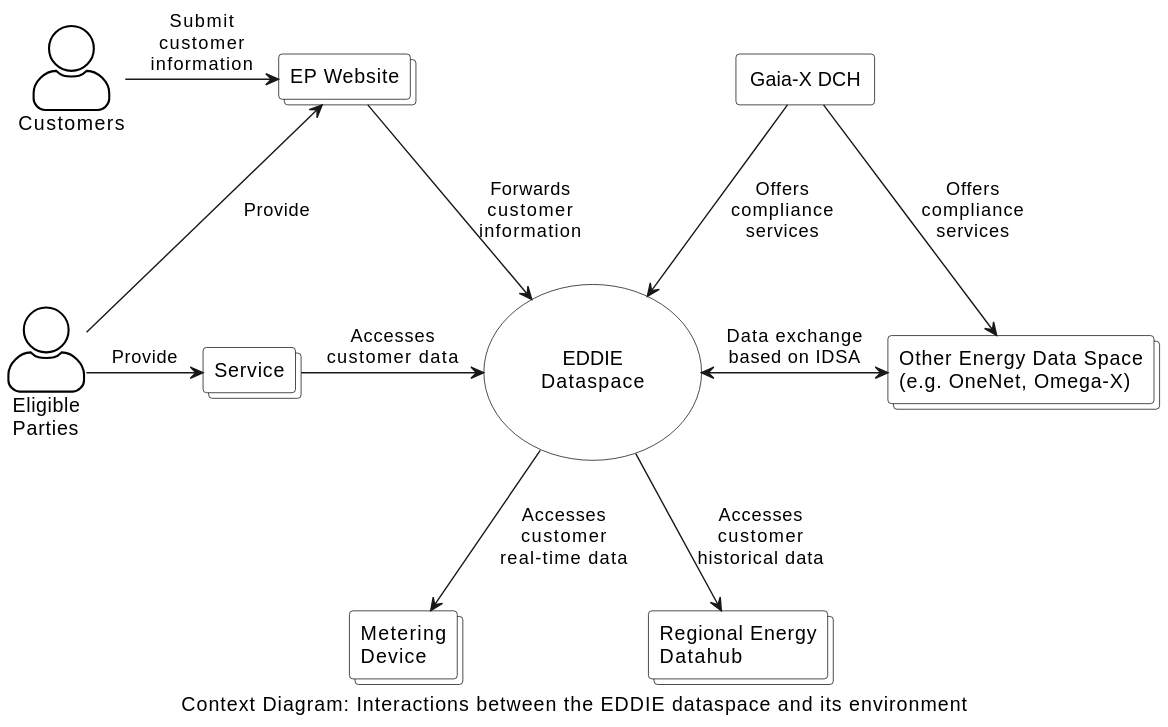
Before: arc42/system-scope-and-context/figures/context-diagram-dataspace.svg, a diagram exported from PlantUML (eddie-energy/architecture). Source of this version:
```plantuml
@startuml context-diagram-dataspace
caption Context Diagram: Interactions between the EDDIE dataspace and its environment

skinparam usecase {
  BorderColor black
  BackgroundColor transparent
}
skinparam rectangle {
  BorderColor black
  BackgroundColor transparent
}
skinparam collections {
  BorderColor black
  BackgroundColor white
}
skinparam actorStyle awesome
skinparam actor {
  BorderColor black
  BackgroundColor white
}

rectangle "Gaia-X DCH" as gaiaX
usecase "\n\nEDDIE\nDataspace\n\n" as eddie
collections "Metering\nDevice" as smartMeter
collections "Regional Energy\nDatahub" as regionalData
collections "EP Website" as website
collections "Service" as service
collections "Other Energy Data Space\n(e.g. OneNet, Omega-X)" as dataSpaces

actor "Eligible\nParties" as ep
actor "Customers" as customer

gaiaX -down-> eddie : Offers\ncompliance\nservices
gaiaX -down-> dataSpaces : Offers\ncompliance\nservices

eddie <-right-> dataSpaces : Data exchange\nbased on IDSA

service -right-> eddie : Accesses\ncustomer data
eddie -down-> regionalData : Accesses\ncustomer\nhistorical data
eddie -down-> smartMeter : Accesses\ncustomer\nreal-time data
website -right-> eddie : Forwards\ncustomer\ninformation
smartMeter -[hidden] regionalData : \t\t\t
website -[hidden] gaiaX : \t\t\t\t\t\t


ep -right-> service : Provide
ep -up-> website : Provide

customer -right-> website : Submit\ncustomer\ninformation

@enduml
```
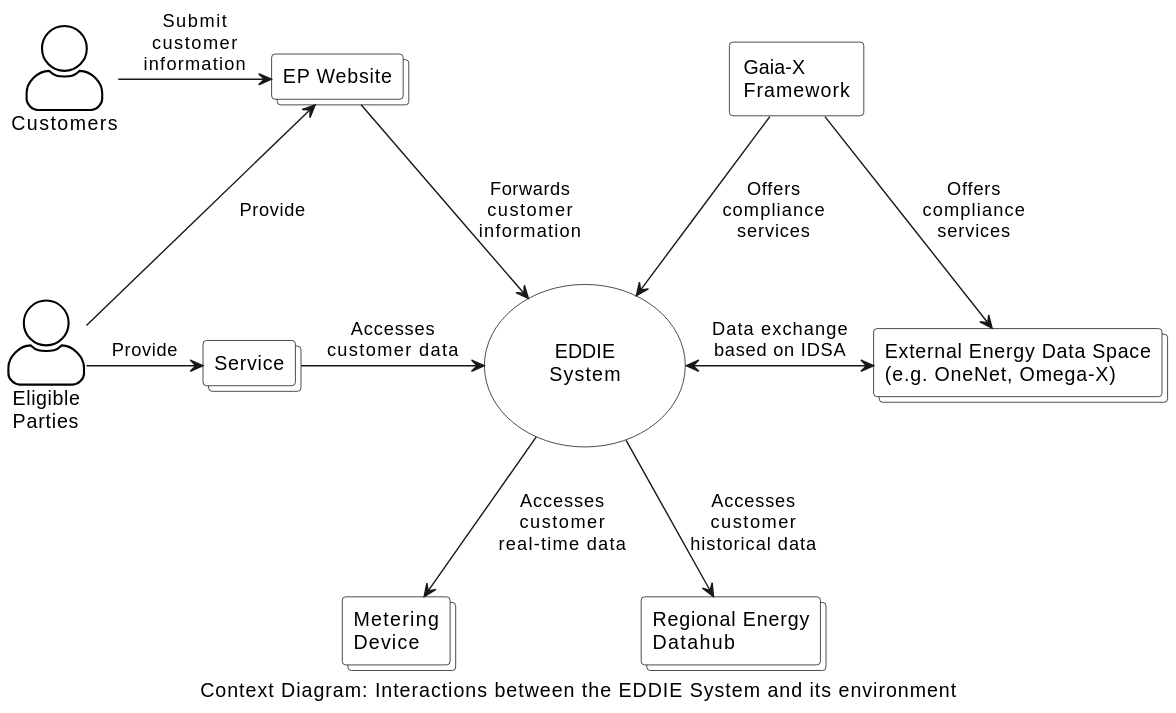
After the commit.

Commit message:
Update business context figure

Diff of the diagram source:
```diff
@@ -1,5 +1,5 @@
 @startuml context-diagram-dataspace
-caption Context Diagram: Interactions between the EDDIE dataspace and its environment
+caption Context Diagram: Interactions between the EDDIE System and its environment
 
 skinparam usecase {
   BorderColor black
@@ -19,13 +19,13 @@
   BackgroundColor white
 }
 
-rectangle "Gaia-X DCH" as gaiaX
-usecase "\n\nEDDIE\nDataspace\n\n" as eddie
+rectangle "Gaia-X\nFramework" as gaiaX
+collections "External Energy Data Space\n(e.g. OneNet, Omega-X)" as dataSpaces
+usecase "\n\nEDDIE\nSystem\n\n" as eddie
 collections "Metering\nDevice" as smartMeter
 collections "Regional Energy\nDatahub" as regionalData
 collections "EP Website" as website
 collections "Service" as service
-collections "Other Energy Data Space\n(e.g. OneNet, Omega-X)" as dataSpaces
 
 actor "Eligible\nParties" as ep
 actor "Customers" as customer
```
